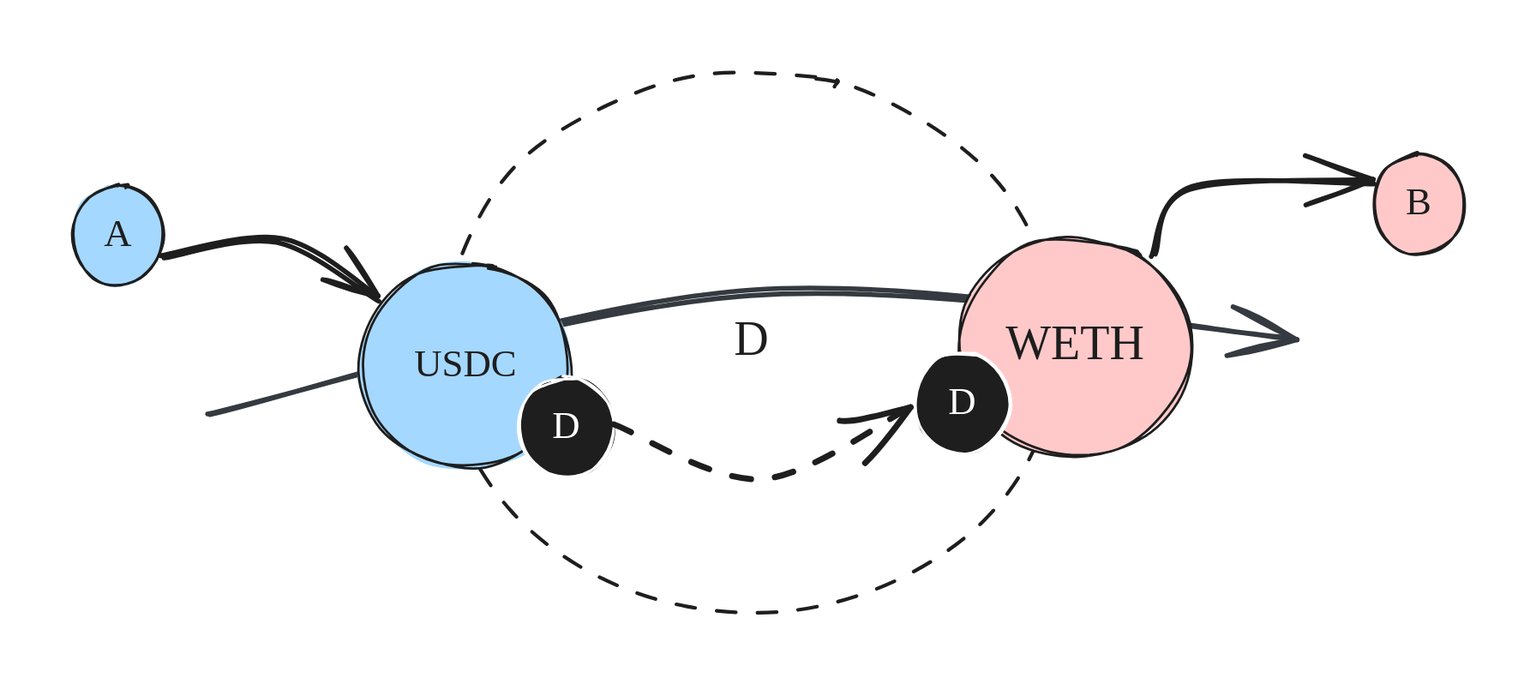
This is .gitbook/assets/file.excalidraw (7).svg from decaswap-labs/docs, a Excalidraw export, as it was before one commit. Source tidied: one line per element, renumbered; positions are measured from the earlier drawing's top-left corner, leaving out a move shared by most shapes. Source of this version:
```json
{"id": 0, "type": "arrow", "strokeColor": "#343a40", "angle": 1.32, "backgroundColor": "#a5d8ff", "fillStyle": "solid", "strokeWidth": 2, "roughness": 1, "startArrowhead": "arrow", "round": true, "x": 324, "y": 0, "width": 82, "height": 447, "points": [[0, 0], [-75, 215], [-82, 447]]}
{"id": 1, "type": "ellipse", "strokeColor": "#1e1e1e", "strokeWidth": 1, "strokeStyle": "dashed", "roughness": 1, "round": true, "x": 155, "y": 96, "width": 256, "height": 225}
{"id": 2, "type": "text", "text": "D", "strokeColor": "#1e1e1e", "strokeWidth": 1, "strokeStyle": "dashed", "roughness": 0, "fontSize": 20, "fontFamily": 5, "textAlign": "center", "verticalAlign": "middle", "inside": 1, "x": 276, "y": 196, "width": 14, "height": 25}
{"id": 3, "type": "ellipse", "strokeColor": "#1e1e1e", "backgroundColor": "#ffc9c9", "fillStyle": "solid", "strokeWidth": 1, "roughness": 1, "round": true, "x": 369, "y": 165, "width": 98, "height": 91}
{"id": 4, "type": "text", "text": "WETH", "strokeColor": "#1e1e1e", "backgroundColor": "#ffec99", "fillStyle": "solid", "strokeWidth": 1, "roughness": 0, "fontSize": 20, "fontFamily": 5, "textAlign": "center", "verticalAlign": "middle", "inside": 3, "x": 389, "y": 198, "width": 58, "height": 25}
{"id": 5, "type": "ellipse", "strokeColor": "#1e1e1e", "backgroundColor": "#a5d8ff", "fillStyle": "solid", "strokeWidth": 1, "roughness": 1, "round": true, "x": 120, "y": 176, "width": 88, "height": 85}
{"id": 6, "type": "text", "text": "USDC", "strokeColor": "#1e1e1e", "backgroundColor": "#b2f2bb", "fillStyle": "solid", "strokeWidth": 1, "roughness": 0, "fontSize": 16, "fontFamily": 5, "textAlign": "center", "verticalAlign": "middle", "inside": 5, "x": 143, "y": 209, "width": 43, "height": 20}
{"id": 7, "type": "ellipse", "strokeColor": "#ffffff", "backgroundColor": "#1e1e1e", "fillStyle": "solid", "strokeWidth": 1, "roughness": 1, "round": true, "x": 186, "y": 223, "width": 40, "height": 42}
{"id": 8, "type": "text", "text": "D", "strokeColor": "#ffffff", "backgroundColor": "#b2f2bb", "fillStyle": "solid", "strokeWidth": 1, "roughness": 0, "fontSize": 16, "fontFamily": 5, "textAlign": "center", "verticalAlign": "middle", "inside": 7, "x": 200, "y": 235, "width": 12, "height": 20}
{"id": 9, "type": "ellipse", "strokeColor": "#ffffff", "backgroundColor": "#1e1e1e", "fillStyle": "solid", "strokeWidth": 1, "roughness": 1, "round": true, "x": 351, "y": 213, "width": 40, "height": 42}
{"id": 10, "type": "text", "text": "D", "strokeColor": "#ffffff", "backgroundColor": "#b2f2bb", "fillStyle": "solid", "strokeWidth": 1, "roughness": 0, "fontSize": 16, "fontFamily": 5, "textAlign": "center", "verticalAlign": "middle", "inside": 9, "x": 365, "y": 225, "width": 12, "height": 20}
{"id": 11, "type": "ellipse", "strokeColor": "#1e1e1e", "backgroundColor": "#a5d8ff", "fillStyle": "solid", "strokeWidth": 1, "roughness": 1, "round": true, "x": 0, "y": 143, "width": 38, "height": 42}
{"id": 12, "type": "text", "text": "A", "strokeColor": "#1e1e1e", "backgroundColor": "#b2f2bb", "fillStyle": "solid", "strokeWidth": 1, "roughness": 0, "fontSize": 16, "fontFamily": 5, "textAlign": "center", "verticalAlign": "middle", "inside": 11, "x": 13, "y": 155, "width": 12, "height": 20}
{"id": 13, "type": "ellipse", "strokeColor": "#1e1e1e", "backgroundColor": "#ffc9c9", "fillStyle": "solid", "strokeWidth": 1, "roughness": 1, "round": true, "x": 542, "y": 130, "width": 38, "height": 42}
{"id": 14, "type": "text", "text": "B", "strokeColor": "#1e1e1e", "backgroundColor": "#b2f2bb", "fillStyle": "solid", "strokeWidth": 1, "roughness": 0, "fontSize": 16, "fontFamily": 5, "textAlign": "center", "verticalAlign": "middle", "inside": 13, "x": 556, "y": 142, "width": 11, "height": 20}
{"id": 15, "type": "arrow", "strokeColor": "#1e1e1e", "backgroundColor": "#ffc9c9", "fillStyle": "solid", "strokeWidth": 2, "roughness": 1, "endArrowhead": "arrow", "round": true, "from": 11, "to": 5, "x": 38, "y": 174, "width": 89, "height": 25, "points": [[0, 0], [48, -7], [89, 18]]}
{"id": 16, "type": "arrow", "strokeColor": "#1e1e1e", "backgroundColor": "#ffc9c9", "fillStyle": "solid", "strokeWidth": 2, "strokeStyle": "dashed", "roughness": 1, "endArrowhead": "arrow", "round": true, "from": 7, "to": 9, "x": 226, "y": 244, "width": 123, "height": 29, "points": [[0, 0], [60, 22], [123, -7]]}
{"id": 17, "type": "arrow", "strokeColor": "#1e1e1e", "backgroundColor": "#ffc9c9", "fillStyle": "solid", "strokeWidth": 2, "roughness": 1, "endArrowhead": "arrow", "round": true, "from": 3, "to": 13, "x": 451, "y": 173, "width": 91, "height": 31, "points": [[0, 0], [16, -29], [91, -31]]}
```
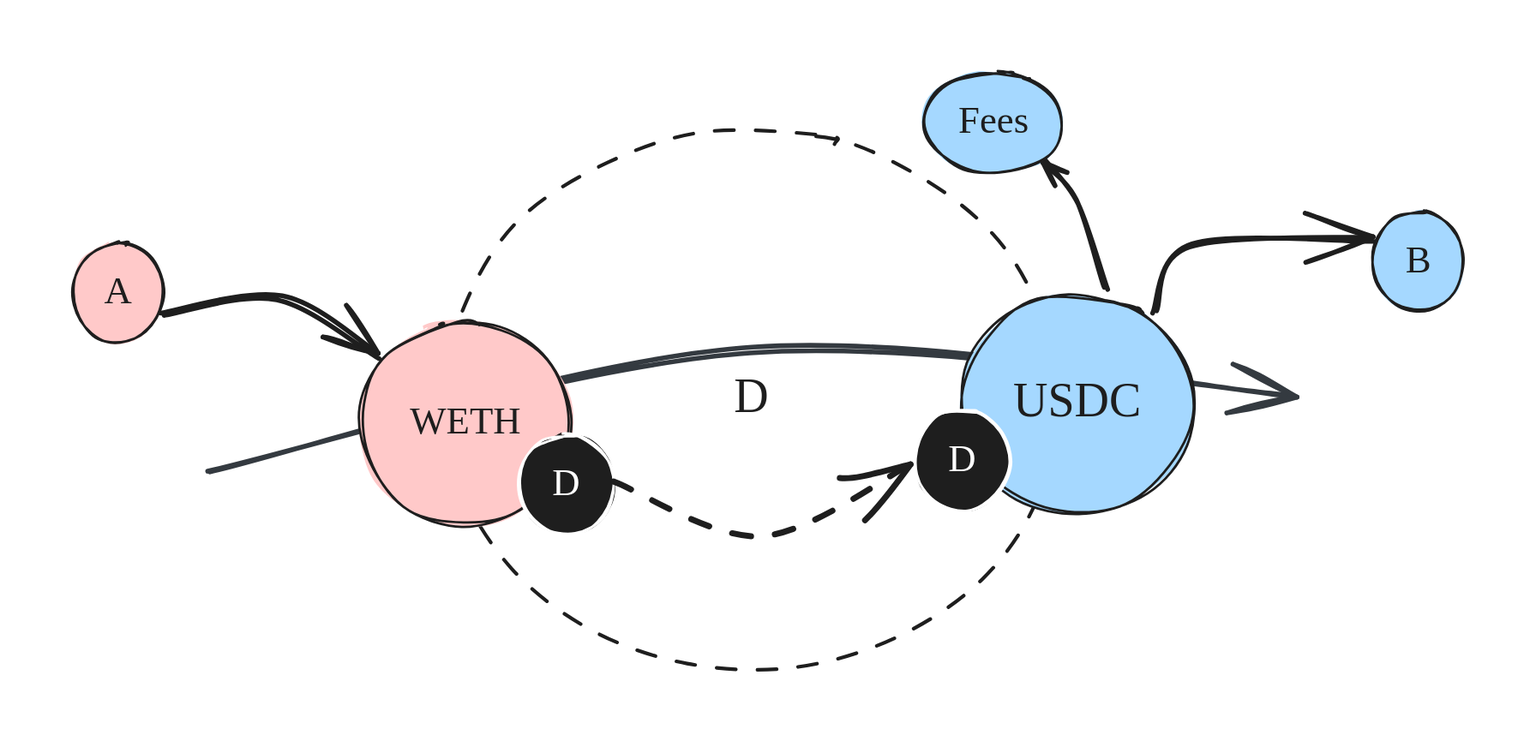
Above is the later version.

The edit, as a diff of the source:
```diff
@@ -1,18 +1,21 @@
 {"id": 0, "type": "arrow", "strokeColor": "#343a40", "angle": 1.32, "backgroundColor": "#a5d8ff", "fillStyle": "solid", "strokeWidth": 2, "roughness": 1, "startArrowhead": "arrow", "round": true, "x": 324, "y": 0, "width": 82, "height": 447, "points": [[0, 0], [-75, 215], [-82, 447]]}
 {"id": 1, "type": "ellipse", "strokeColor": "#1e1e1e", "strokeWidth": 1, "strokeStyle": "dashed", "roughness": 1, "round": true, "x": 155, "y": 96, "width": 256, "height": 225}
 {"id": 2, "type": "text", "text": "D", "strokeColor": "#1e1e1e", "strokeWidth": 1, "strokeStyle": "dashed", "roughness": 0, "fontSize": 20, "fontFamily": 5, "textAlign": "center", "verticalAlign": "middle", "inside": 1, "x": 276, "y": 196, "width": 14, "height": 25}
-{"id": 3, "type": "ellipse", "strokeColor": "#1e1e1e", "backgroundColor": "#ffc9c9", "fillStyle": "solid", "strokeWidth": 1, "roughness": 1, "round": true, "x": 369, "y": 165, "width": 98, "height": 91}
+{"id": 3, "type": "ellipse", "strokeColor": "#1e1e1e", "backgroundColor": "#a5d8ff", "fillStyle": "solid", "strokeWidth": 1, "roughness": 1, "round": true, "x": 370, "y": 165, "width": 98, "height": 91}
-{"id": 4, "type": "text", "text": "WETH", "strokeColor": "#1e1e1e", "backgroundColor": "#ffec99", "fillStyle": "solid", "strokeWidth": 1, "roughness": 0, "fontSize": 20, "fontFamily": 5, "textAlign": "center", "verticalAlign": "middle", "inside": 3, "x": 389, "y": 198, "width": 58, "height": 25}
+{"id": 4, "type": "text", "text": "USDC", "strokeColor": "#1e1e1e", "backgroundColor": "#ffec99", "fillStyle": "solid", "strokeWidth": 1, "roughness": 0, "fontSize": 20, "fontFamily": 5, "textAlign": "center", "verticalAlign": "middle", "inside": 3, "x": 392, "y": 198, "width": 53, "height": 25}
-{"id": 5, "type": "ellipse", "strokeColor": "#1e1e1e", "backgroundColor": "#a5d8ff", "fillStyle": "solid", "strokeWidth": 1, "roughness": 1, "round": true, "x": 120, "y": 176, "width": 88, "height": 85}
-{"id": 6, "type": "text", "text": "USDC", "strokeColor": "#1e1e1e", "backgroundColor": "#b2f2bb", "fillStyle": "solid", "strokeWidth": 1, "roughness": 0, "fontSize": 16, "fontFamily": 5, "textAlign": "center", "verticalAlign": "middle", "inside": 5, "x": 143, "y": 209, "width": 43, "height": 20}
+{"id": 18, "type": "ellipse", "strokeColor": "#1e1e1e", "backgroundColor": "#ffc9c9", "fillStyle": "solid", "strokeWidth": 1, "roughness": 1, "round": true, "x": 120, "y": 176, "width": 88, "height": 85}
+{"id": 19, "type": "text", "text": "WETH", "strokeColor": "#1e1e1e", "backgroundColor": "#b2f2bb", "fillStyle": "solid", "strokeWidth": 1, "roughness": 0, "fontSize": 16, "fontFamily": 5, "textAlign": "center", "verticalAlign": "middle", "inside": 18, "x": 141, "y": 209, "width": 46, "height": 20}
 {"id": 7, "type": "ellipse", "strokeColor": "#ffffff", "backgroundColor": "#1e1e1e", "fillStyle": "solid", "strokeWidth": 1, "roughness": 1, "round": true, "x": 186, "y": 223, "width": 40, "height": 42}
 {"id": 8, "type": "text", "text": "D", "strokeColor": "#ffffff", "backgroundColor": "#b2f2bb", "fillStyle": "solid", "strokeWidth": 1, "roughness": 0, "fontSize": 16, "fontFamily": 5, "textAlign": "center", "verticalAlign": "middle", "inside": 7, "x": 200, "y": 235, "width": 12, "height": 20}
 {"id": 9, "type": "ellipse", "strokeColor": "#ffffff", "backgroundColor": "#1e1e1e", "fillStyle": "solid", "strokeWidth": 1, "roughness": 1, "round": true, "x": 351, "y": 213, "width": 40, "height": 42}
 {"id": 10, "type": "text", "text": "D", "strokeColor": "#ffffff", "backgroundColor": "#b2f2bb", "fillStyle": "solid", "strokeWidth": 1, "roughness": 0, "fontSize": 16, "fontFamily": 5, "textAlign": "center", "verticalAlign": "middle", "inside": 9, "x": 365, "y": 225, "width": 12, "height": 20}
-{"id": 11, "type": "ellipse", "strokeColor": "#1e1e1e", "backgroundColor": "#a5d8ff", "fillStyle": "solid", "strokeWidth": 1, "roughness": 1, "round": true, "x": 0, "y": 143, "width": 38, "height": 42}
+{"id": 11, "type": "ellipse", "strokeColor": "#1e1e1e", "backgroundColor": "#ffc9c9", "fillStyle": "solid", "strokeWidth": 1, "roughness": 1, "round": true, "x": 0, "y": 143, "width": 38, "height": 42}
 {"id": 12, "type": "text", "text": "A", "strokeColor": "#1e1e1e", "backgroundColor": "#b2f2bb", "fillStyle": "solid", "strokeWidth": 1, "roughness": 0, "fontSize": 16, "fontFamily": 5, "textAlign": "center", "verticalAlign": "middle", "inside": 11, "x": 13, "y": 155, "width": 12, "height": 20}
-{"id": 13, "type": "ellipse", "strokeColor": "#1e1e1e", "backgroundColor": "#ffc9c9", "fillStyle": "solid", "strokeWidth": 1, "roughness": 1, "round": true, "x": 542, "y": 130, "width": 38, "height": 42}
+{"id": 20, "type": "ellipse", "strokeColor": "#1e1e1e", "backgroundColor": "#a5d8ff", "fillStyle": "solid", "strokeWidth": 1, "roughness": 1, "round": true, "x": 542, "y": 130, "width": 38, "height": 42}
-{"id": 14, "type": "text", "text": "B", "strokeColor": "#1e1e1e", "backgroundColor": "#b2f2bb", "fillStyle": "solid", "strokeWidth": 1, "roughness": 0, "fontSize": 16, "fontFamily": 5, "textAlign": "center", "verticalAlign": "middle", "inside": 13, "x": 556, "y": 142, "width": 11, "height": 20}
+{"id": 14, "type": "text", "text": "B", "strokeColor": "#1e1e1e", "backgroundColor": "#b2f2bb", "fillStyle": "solid", "strokeWidth": 1, "roughness": 0, "fontSize": 16, "fontFamily": 5, "textAlign": "center", "verticalAlign": "middle", "inside": 20, "x": 556, "y": 142, "width": 11, "height": 20}
-{"id": 15, "type": "arrow", "strokeColor": "#1e1e1e", "backgroundColor": "#ffc9c9", "fillStyle": "solid", "strokeWidth": 2, "roughness": 1, "endArrowhead": "arrow", "round": true, "from": 11, "to": 5, "x": 38, "y": 174, "width": 89, "height": 25, "points": [[0, 0], [48, -7], [89, 18]]}
+{"id": 15, "type": "arrow", "strokeColor": "#1e1e1e", "backgroundColor": "#ffc9c9", "fillStyle": "solid", "strokeWidth": 2, "roughness": 1, "endArrowhead": "arrow", "round": true, "from": 11, "to": 18, "x": 38, "y": 174, "width": 89, "height": 25, "points": [[0, 0], [48, -7], [89, 18]]}
 {"id": 16, "type": "arrow", "strokeColor": "#1e1e1e", "backgroundColor": "#ffc9c9", "fillStyle": "solid", "strokeWidth": 2, "strokeStyle": "dashed", "roughness": 1, "endArrowhead": "arrow", "round": true, "from": 7, "to": 9, "x": 226, "y": 244, "width": 123, "height": 29, "points": [[0, 0], [60, 22], [123, -7]]}
-{"id": 17, "type": "arrow", "strokeColor": "#1e1e1e", "backgroundColor": "#ffc9c9", "fillStyle": "solid", "strokeWidth": 2, "roughness": 1, "endArrowhead": "arrow", "round": true, "from": 3, "to": 13, "x": 451, "y": 173, "width": 91, "height": 31, "points": [[0, 0], [16, -29], [91, -31]]}
+{"id": 17, "type": "arrow", "strokeColor": "#1e1e1e", "backgroundColor": "#ffc9c9", "fillStyle": "solid", "strokeWidth": 2, "roughness": 1, "endArrowhead": "arrow", "round": true, "from": 3, "to": 20, "x": 451, "y": 173, "width": 90, "height": 31, "points": [[0, 0], [16, -28], [90, -31]]}
+{"id": 5, "type": "ellipse", "strokeColor": "#1e1e1e", "backgroundColor": "#a5d8ff", "fillStyle": "solid", "strokeWidth": 1, "roughness": 1, "round": true, "x": 355, "y": 72, "width": 58, "height": 42}
+{"id": 6, "type": "text", "text": "Fees", "strokeColor": "#1e1e1e", "backgroundColor": "#b2f2bb", "fillStyle": "solid", "strokeWidth": 1, "roughness": 0, "fontSize": 16, "fontFamily": 5, "textAlign": "center", "verticalAlign": "middle", "inside": 5, "x": 369, "y": 84, "width": 29, "height": 20}
+{"id": 21, "type": "arrow", "strokeColor": "#1e1e1e", "backgroundColor": "#b2f2bb", "fillStyle": "solid", "strokeWidth": 2, "roughness": 1, "endArrowhead": "arrow", "round": true, "from": 3, "to": 5, "x": 432, "y": 163, "width": 26, "height": 53, "points": [[0, 0], [-13, -36], [-26, -53]]}
```
